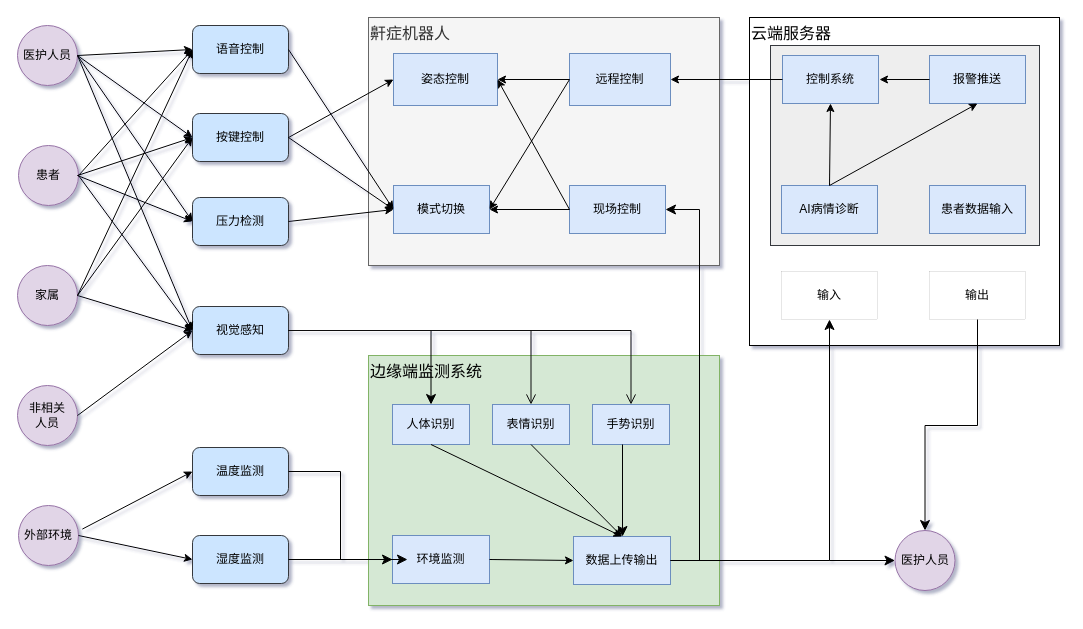
The draw.io diagram 对象关系图.drawio in colinchern/doodle, before the edit. Source tidied: cells renumbered, new cells numbered last; positions are measured from the earlier drawing's top-left corner, leaving out a move shared by most shapes. Both pictures are drawn from the tidied source at 100%, with x=0, y=0 at pixel (17, 17).
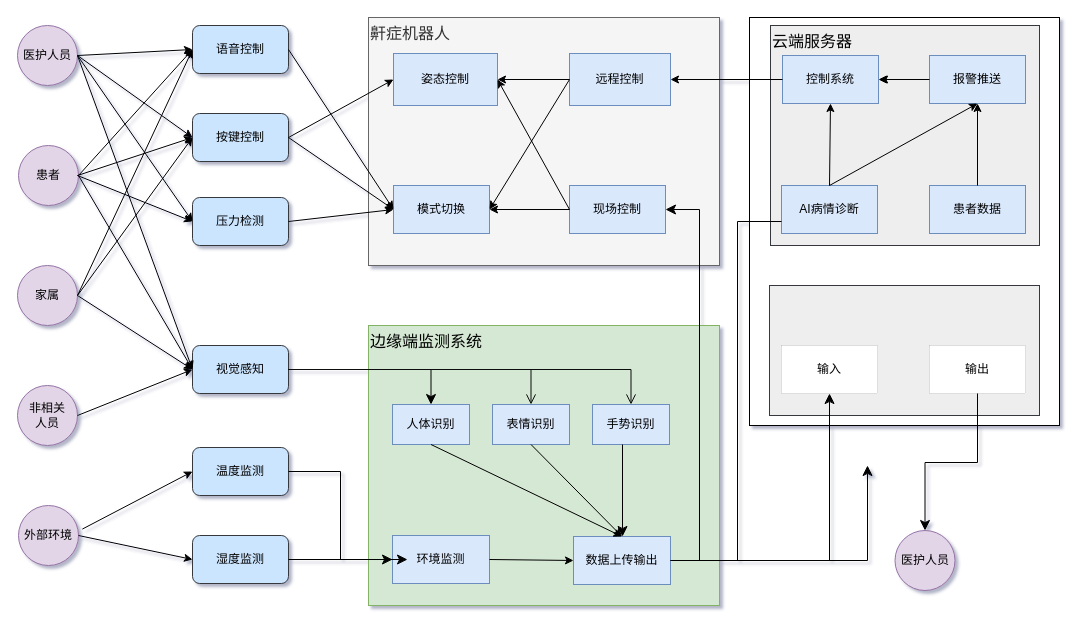
Above is the later version.

Commit message:
更新对象关系图.drawio

The change refers to these unchanged cells:
```xml
<mxCell id="58" value="AI病情诊断" style="rounded=0;whiteSpace=wrap;html=1;fillColor=#dae8fc;strokeColor=#6c8ebf;" parent="1" vertex="1">
  <mxGeometry x="764" y="168" width="96" height="48" as="geometry" />
</mxCell>
<mxCell id="59" value="医护人员" style="ellipse;whiteSpace=wrap;html=1;fillColor=#e1d5e7;strokeColor=#9673a6;" parent="1" vertex="1">
  <mxGeometry x="877.5" y="513" width="60" height="60" as="geometry" />
</mxCell>
<mxCell id="61" value="控制系统" style="rounded=0;whiteSpace=wrap;html=1;fillColor=#dae8fc;strokeColor=#6c8ebf;" parent="1" vertex="1">
  <mxGeometry x="765" y="38" width="96" height="48" as="geometry" />
</mxCell>
<mxCell id="62" value="报警推送" style="rounded=0;whiteSpace=wrap;html=1;fillColor=#dae8fc;strokeColor=#6c8ebf;" parent="1" vertex="1">
  <mxGeometry x="912" y="38" width="96" height="48" as="geometry" />
</mxCell>
```

Diff of the diagram source:
```diff
@@
-    <mxCell id="2" value="&lt;font style=&quot;font-size: 16px;&quot;&gt;云端服务器&lt;/font&gt;" style="rounded=0;whiteSpace=wrap;html=1;align=left;verticalAlign=top;" parent="1" vertex="1">
-      <mxGeometry x="732" width="310" height="328" as="geometry" />
+    <mxCell id="2" style="rounded=0;whiteSpace=wrap;html=1;align=left;verticalAlign=top;" parent="1" vertex="1">
+      <mxGeometry x="732" width="310" height="408" as="geometry" />
     </mxCell>
+    <mxCell id="72" style="rounded=0;whiteSpace=wrap;html=1;align=left;verticalAlign=top;fillColor=#eeeeee;strokeColor=#36393d;" parent="1" vertex="1">
+      <mxGeometry x="752" y="268" width="270" height="130" as="geometry" />
+    </mxCell>
-    <mxCell id="3" style="rounded=0;whiteSpace=wrap;html=1;align=left;verticalAlign=top;fillColor=#eeeeee;strokeColor=#36393d;" parent="1" vertex="1">
-      <mxGeometry x="753" y="28" width="269" height="200" as="geometry" />
+    <mxCell id="3" value="&lt;font style=&quot;font-size: 16px;&quot;&gt;云端服务器&lt;/font&gt;" style="rounded=0;whiteSpace=wrap;html=1;align=left;verticalAlign=top;fillColor=#eeeeee;strokeColor=#36393d;" parent="1" vertex="1">
+      <mxGeometry x="753" y="8" width="269" height="220" as="geometry" />
     </mxCell>
     <mxCell id="4" value="&lt;font style=&quot;font-size: 16px;&quot;&gt;边缘端监测系统&lt;/font&gt;" style="rounded=0;whiteSpace=wrap;html=1;fillColor=#d5e8d4;strokeColor=#82b366;align=left;verticalAlign=top;" parent="1" vertex="1">
-      <mxGeometry x="351" y="338" width="351" height="250" as="geometry" />
+      <mxGeometry x="351" y="308" width="351" height="280" as="geometry" />
     </mxCell>
@@
     <mxCell id="14" value="&lt;div&gt;视觉感知&lt;/div&gt;" style="rounded=1;whiteSpace=wrap;html=1;fillColor=#cce5ff;strokeColor=#36393d;" parent="1" vertex="1">
-      <mxGeometry x="175" y="289" width="96" height="48" as="geometry" />
+      <mxGeometry x="175" y="328" width="96" height="48" as="geometry" />
     </mxCell>
@@
+    <mxCell id="73" style="edgeStyle=orthogonalEdgeStyle;rounded=0;jettySize=auto;html=1;" parent="1" edge="1" source="62" target="61">
+      <mxGeometry relative="1" as="geometry" />
+    </mxCell>
@@
-    <mxCell id="63" value="患者数据输入" style="rounded=0;whiteSpace=wrap;html=1;fillColor=#dae8fc;strokeColor=#6c8ebf;" parent="1" vertex="1">
+    <mxCell id="63" value="患者数据" style="rounded=0;whiteSpace=wrap;html=1;fillColor=#dae8fc;strokeColor=#6c8ebf;" parent="1" vertex="1">
       <mxGeometry x="912" y="168" width="96" height="48" as="geometry" />
     </mxCell>
     <mxCell id="64" value="输入" style="rounded=0;whiteSpace=wrap;html=1;strokeWidth=0;" parent="1" vertex="1">
-      <mxGeometry x="764" y="254" width="96" height="48" as="geometry" />
+      <mxGeometry x="764" y="328" width="96" height="48" as="geometry" />
     </mxCell>
     <mxCell id="65" value="输出" style="rounded=0;whiteSpace=wrap;html=1;strokeWidth=0;" parent="1" vertex="1">
-      <mxGeometry x="912" y="254" width="96" height="48" as="geometry" />
+      <mxGeometry x="912" y="328" width="96" height="48" as="geometry" />
     </mxCell>
@@
-    <mxCell id="70" style="edgeStyle=segmentEdgeStyle;endArrow=classic;html=1;curved=0;rounded=0;endSize=8;startSize=8;entryX=0;entryY=0.5;entryDx=0;entryDy=0;" parent="1" edge="1" target="59">
+    <mxCell id="70" style="edgeStyle=segmentEdgeStyle;endArrow=classic;html=1;curved=0;rounded=0;endSize=8;startSize=8;exitX=0;exitY=0.75;exitDx=0;exitDy=0;" parent="1" edge="1" source="58">
       <mxGeometry relative="1" as="geometry">
-        <mxPoint x="812" y="308" as="sourcePoint" />
+        <mxPoint x="850" y="448" as="targetPoint" />
         <Array as="points">
-          <mxPoint x="812" y="543" />
+          <mxPoint x="720" y="204" />
+          <mxPoint x="720" y="543" />
         </Array>
       </mxGeometry>
     </mxCell>
@@
+    <mxCell id="74" style="endArrow=classic;html=1;rounded=0;exitX=0.5;exitY=0;exitDx=0;exitDy=0;entryX=0.5;entryY=1;entryDx=0;entryDy=0;" parent="1" edge="1" source="63" target="62">
+      <mxGeometry relative="1" as="geometry" />
+    </mxCell>
```
